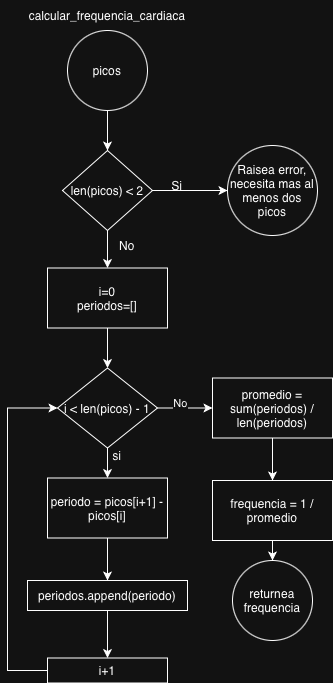
The draw.io diagram Diagramas/calcular_frequencia_cardiaca.png in benjacoduti/Pulse_Lab, before a commit. Source tidied: cells renumbered, new cells last; positions are measured from the earlier drawing's top-left corner, leaving out a move shared by most shapes. Its diagram source:
```xml
<mxGraphModel>
  <root>
    <mxCell id="0" />
    <mxCell id="1" parent="0" />
    <mxCell id="2" value="calcular_frequencia_cardiaca" style="text;html=1;whiteSpace=wrap;strokeColor=none;fillColor=none;align=center;verticalAlign=middle;rounded=0;" parent="1" vertex="1">
      <mxGeometry x="70" width="60" height="30" as="geometry" />
    </mxCell>
    <mxCell id="3" style="edgeStyle=orthogonalEdgeStyle;rounded=0;jettySize=auto;html=1;" parent="1" edge="1" source="4" target="17">
      <mxGeometry relative="1" as="geometry" />
    </mxCell>
    <mxCell id="4" value="picos" style="ellipse;whiteSpace=wrap;html=1;" parent="1" vertex="1">
      <mxGeometry x="60" y="30" width="80" height="80" as="geometry" />
    </mxCell>
    <mxCell id="5" style="edgeStyle=orthogonalEdgeStyle;rounded=0;jettySize=auto;html=1;" parent="1" edge="1" source="6" target="10">
      <mxGeometry relative="1" as="geometry" />
    </mxCell>
    <mxCell id="6" value="i=0&lt;div&gt;periodos=[]&lt;/div&gt;" style="whiteSpace=wrap;html=1;" parent="1" vertex="1">
      <mxGeometry x="40" y="267.5" width="120" height="60" as="geometry" />
    </mxCell>
    <mxCell id="7" style="edgeStyle=orthogonalEdgeStyle;rounded=0;jettySize=auto;html=1;" parent="1" edge="1" source="10" target="12">
      <mxGeometry relative="1" as="geometry" />
    </mxCell>
    <mxCell id="8" style="edgeStyle=orthogonalEdgeStyle;rounded=0;jettySize=auto;html=1;" parent="1" edge="1" source="10" target="24">
      <mxGeometry relative="1" as="geometry" />
    </mxCell>
    <mxCell id="9" value="No" style="edgeLabel;html=1;align=center;verticalAlign=middle;" parent="8" vertex="1">
      <mxGeometry x="-0.22" y="5" relative="1" as="geometry" />
    </mxCell>
    <mxCell id="10" value="i &amp;lt; len(picos) - 1" style="rhombus;whiteSpace=wrap;html=1;" parent="1" vertex="1">
      <mxGeometry x="50" y="367.5" width="100" height="80" as="geometry" />
    </mxCell>
    <mxCell id="11" style="edgeStyle=orthogonalEdgeStyle;rounded=0;jettySize=auto;html=1;" parent="1" edge="1" source="12" target="14">
      <mxGeometry relative="1" as="geometry" />
    </mxCell>
    <mxCell id="12" value="periodo = picos[i+1] - picos[i]" style="whiteSpace=wrap;html=1;" parent="1" vertex="1">
      <mxGeometry x="40" y="477.5" width="120" height="60" as="geometry" />
    </mxCell>
    <mxCell id="13" style="edgeStyle=orthogonalEdgeStyle;rounded=0;jettySize=auto;html=1;" parent="1" edge="1" source="14" target="21">
      <mxGeometry relative="1" as="geometry" />
    </mxCell>
    <mxCell id="14" value="periodos.append(periodo)" style="whiteSpace=wrap;html=1;" parent="1" vertex="1">
      <mxGeometry x="20" y="580" width="160" height="30" as="geometry" />
    </mxCell>
    <mxCell id="15" style="edgeStyle=orthogonalEdgeStyle;rounded=0;jettySize=auto;html=1;" parent="1" edge="1" source="17" target="6">
      <mxGeometry relative="1" as="geometry" />
    </mxCell>
    <mxCell id="16" style="edgeStyle=orthogonalEdgeStyle;rounded=0;jettySize=auto;html=1;" parent="1" edge="1" source="17" target="19">
      <mxGeometry relative="1" as="geometry" />
    </mxCell>
    <mxCell id="17" value="len(picos) &amp;lt; 2" style="rhombus;whiteSpace=wrap;html=1;" parent="1" vertex="1">
      <mxGeometry x="55" y="150" width="90" height="80" as="geometry" />
    </mxCell>
    <mxCell id="18" value="No" style="text;html=1;whiteSpace=wrap;strokeColor=none;fillColor=none;align=center;verticalAlign=middle;rounded=0;" parent="1" vertex="1">
      <mxGeometry x="90" y="230" width="60" height="30" as="geometry" />
    </mxCell>
    <mxCell id="19" value="Raisea error, necesita mas al menos dos picos" style="ellipse;whiteSpace=wrap;html=1;" parent="1" vertex="1">
      <mxGeometry x="220" y="145" width="90" height="90" as="geometry" />
    </mxCell>
    <mxCell id="20" style="edgeStyle=orthogonalEdgeStyle;rounded=0;jettySize=auto;html=1;exitX=0;exitY=0.5;exitDx=0;exitDy=0;entryX=0;entryY=0.5;entryDx=0;entryDy=0;" parent="1" edge="1" source="21" target="10">
      <mxGeometry relative="1" as="geometry">
        <Array as="points">
          <mxPoint y="670" />
          <mxPoint y="408" />
        </Array>
      </mxGeometry>
    </mxCell>
    <mxCell id="21" value="i+1" style="whiteSpace=wrap;html=1;" parent="1" vertex="1">
      <mxGeometry x="40" y="657.5" width="120" height="25" as="geometry" />
    </mxCell>
    <mxCell id="22" value="si" style="text;html=1;whiteSpace=wrap;strokeColor=none;fillColor=none;align=center;verticalAlign=middle;rounded=0;" parent="1" vertex="1">
      <mxGeometry x="80" y="440" width="60" height="30" as="geometry" />
    </mxCell>
    <mxCell id="23" style="edgeStyle=orthogonalEdgeStyle;rounded=0;jettySize=auto;html=1;" parent="1" edge="1" source="24" target="27">
      <mxGeometry relative="1" as="geometry" />
    </mxCell>
    <mxCell id="24" value="promedio = sum(periodos) / len(periodos)" style="whiteSpace=wrap;html=1;" parent="1" vertex="1">
      <mxGeometry x="205" y="377.5" width="120" height="60" as="geometry" />
    </mxCell>
    <mxCell id="25" value="returnea frequencia" style="ellipse;whiteSpace=wrap;html=1;" parent="1" vertex="1">
      <mxGeometry x="225" y="560" width="80" height="80" as="geometry" />
    </mxCell>
    <mxCell id="26" style="edgeStyle=orthogonalEdgeStyle;rounded=0;jettySize=auto;html=1;" parent="1" edge="1" source="27" target="25">
      <mxGeometry relative="1" as="geometry" />
    </mxCell>
    <mxCell id="27" value="frequencia = 1 / promedio" style="whiteSpace=wrap;html=1;" parent="1" vertex="1">
      <mxGeometry x="205" y="480" width="120" height="60" as="geometry" />
    </mxCell>
    <mxCell id="28" value="Si" style="text;html=1;whiteSpace=wrap;strokeColor=none;fillColor=none;align=center;verticalAlign=middle;rounded=0;" parent="1" vertex="1">
      <mxGeometry x="140" y="170" width="60" height="30" as="geometry" />
    </mxCell>
  </root>
</mxGraphModel>
```
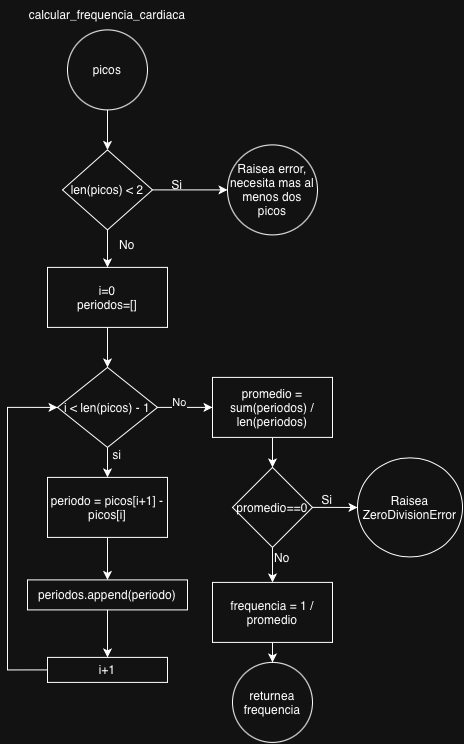
Above is the later version.

What changed in the source:
```diff
@@ -70,23 +70,41 @@
     <mxCell id="22" value="si" style="text;html=1;whiteSpace=wrap;strokeColor=none;fillColor=none;align=center;verticalAlign=middle;rounded=0;" parent="1" vertex="1">
       <mxGeometry x="80" y="440" width="60" height="30" as="geometry" />
     </mxCell>
-    <mxCell id="23" style="edgeStyle=orthogonalEdgeStyle;rounded=0;jettySize=auto;html=1;" parent="1" edge="1" source="24" target="27">
+    <mxCell id="23" style="edgeStyle=orthogonalEdgeStyle;rounded=0;jettySize=auto;html=1;" parent="1" edge="1" source="24" target="31">
       <mxGeometry relative="1" as="geometry" />
     </mxCell>
     <mxCell id="24" value="promedio = sum(periodos) / len(periodos)" style="whiteSpace=wrap;html=1;" parent="1" vertex="1">
       <mxGeometry x="205" y="377.5" width="120" height="60" as="geometry" />
     </mxCell>
     <mxCell id="25" value="returnea frequencia" style="ellipse;whiteSpace=wrap;html=1;" parent="1" vertex="1">
-      <mxGeometry x="225" y="560" width="80" height="80" as="geometry" />
+      <mxGeometry x="225" y="662.5" width="80" height="80" as="geometry" />
     </mxCell>
     <mxCell id="26" style="edgeStyle=orthogonalEdgeStyle;rounded=0;jettySize=auto;html=1;" parent="1" edge="1" source="27" target="25">
       <mxGeometry relative="1" as="geometry" />
     </mxCell>
     <mxCell id="27" value="frequencia = 1 / promedio" style="whiteSpace=wrap;html=1;" parent="1" vertex="1">
-      <mxGeometry x="205" y="480" width="120" height="60" as="geometry" />
+      <mxGeometry x="205" y="582.5" width="120" height="60" as="geometry" />
     </mxCell>
     <mxCell id="28" value="Si" style="text;html=1;whiteSpace=wrap;strokeColor=none;fillColor=none;align=center;verticalAlign=middle;rounded=0;" parent="1" vertex="1">
       <mxGeometry x="140" y="170" width="60" height="30" as="geometry" />
     </mxCell>
+    <mxCell id="29" style="edgeStyle=orthogonalEdgeStyle;rounded=0;jettySize=auto;html=1;" parent="1" edge="1" source="31" target="27">
+      <mxGeometry relative="1" as="geometry" />
+    </mxCell>
+    <mxCell id="30" style="edgeStyle=orthogonalEdgeStyle;rounded=0;jettySize=auto;html=1;" parent="1" edge="1" source="31" target="32">
+      <mxGeometry relative="1" as="geometry" />
+    </mxCell>
+    <mxCell id="31" value="promedio==0" style="rhombus;whiteSpace=wrap;html=1;" parent="1" vertex="1">
+      <mxGeometry x="225" y="467.5" width="80" height="80" as="geometry" />
+    </mxCell>
+    <mxCell id="32" value="Raisea ZeroDivisionError" style="ellipse;whiteSpace=wrap;html=1;" parent="1" vertex="1">
+      <mxGeometry x="350" y="457.9" width="105" height="99.1" as="geometry" />
+    </mxCell>
+    <mxCell id="33" value="Si" style="text;html=1;whiteSpace=wrap;strokeColor=none;fillColor=none;align=center;verticalAlign=middle;rounded=0;" parent="1" vertex="1">
+      <mxGeometry x="290" y="485" width="60" height="30" as="geometry" />
+    </mxCell>
+    <mxCell id="34" value="No" style="text;html=1;whiteSpace=wrap;strokeColor=none;fillColor=none;align=center;verticalAlign=middle;rounded=0;" parent="1" vertex="1">
+      <mxGeometry x="245" y="542.5" width="60" height="30" as="geometry" />
+    </mxCell>
   </root>
 </mxGraphModel>
```
